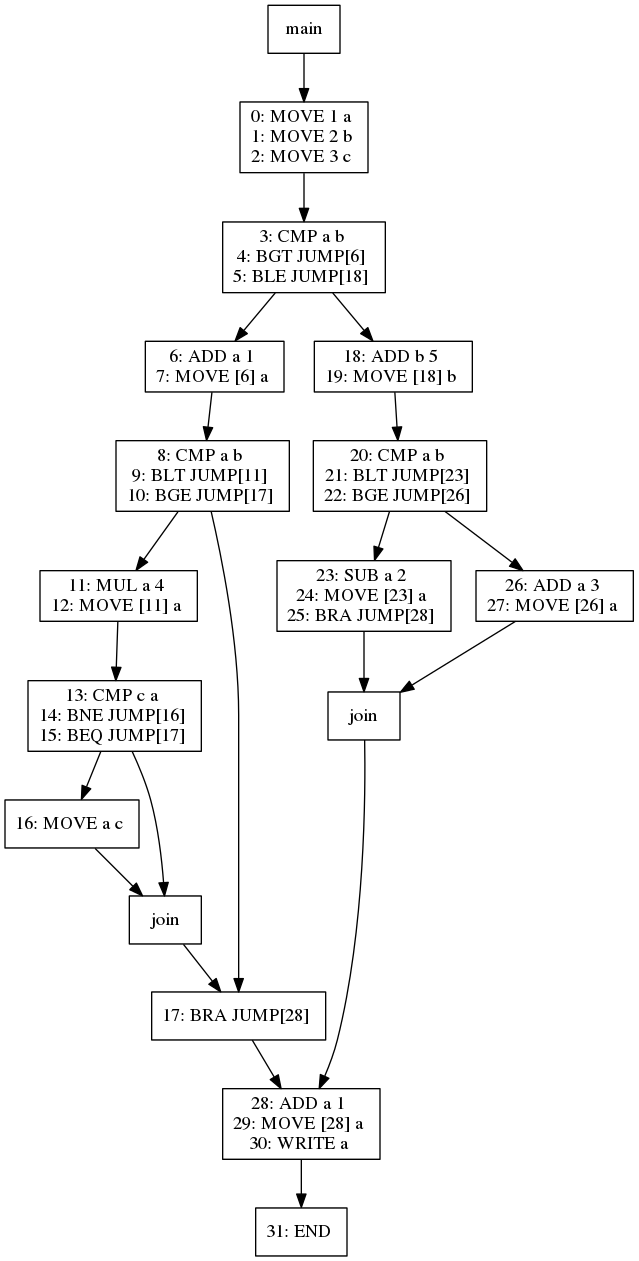
jiahanwang/PL241-Compiler keeps this Graphviz diagram as viz/test009.dot.png. Above is the earlier version. Its source is kept beside it as viz/test009.dot.
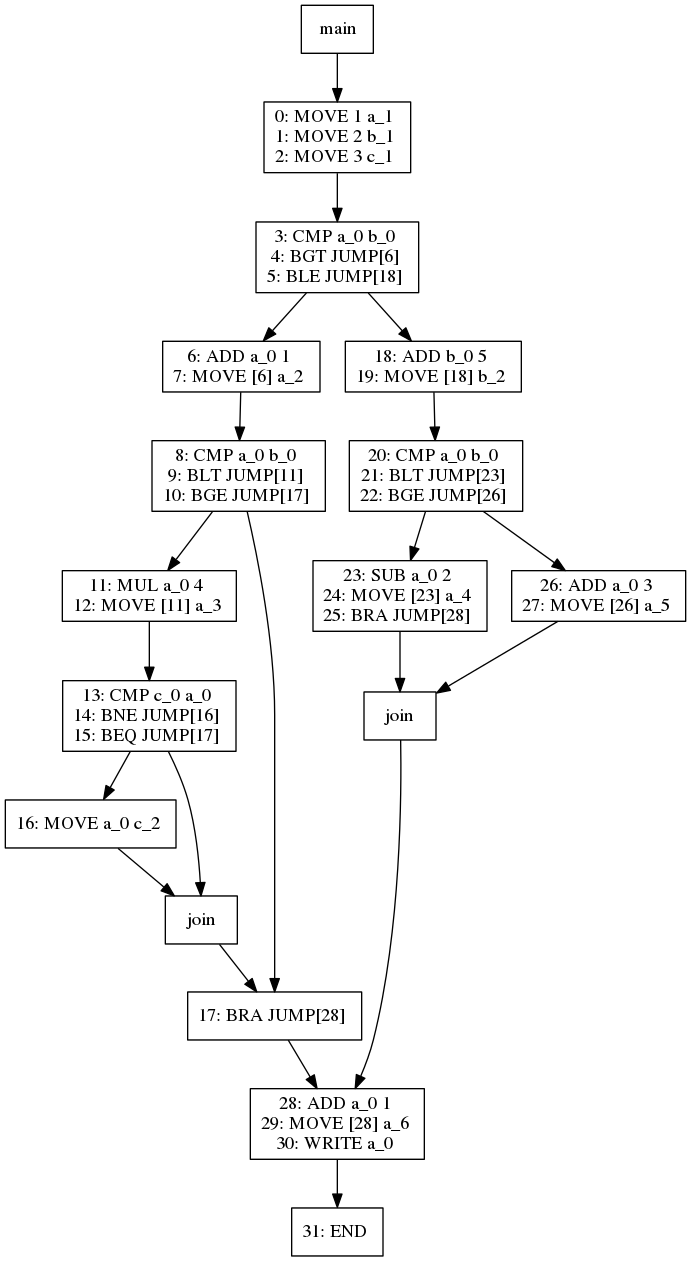
Above is the later version.

The edit, as a diff of the source:
```diff
@@ -1,72 +1,72 @@
 digraph test009 {
 node [shape=box]
-134[label="main"]
-134 -> 136
-136[label="0: MOVE 1 a
-1: MOVE 2 b
-2: MOVE 3 c
+1[label="main"]
+1 -> 3
+3[label="0: MOVE 1 a_1
+1: MOVE 2 b_1
+2: MOVE 3 c_1
 "]
-136 -> 139
-139[label="3: CMP a b
+3 -> 6
+6[label="3: CMP a_0 b_0
 4: BGT JUMP[6]
 5: BLE JUMP[18]
 "]
-139 -> 141
-141[label="6: ADD a 1
-7: MOVE [6] a
+6 -> 8
+8[label="6: ADD a_0 1
+7: MOVE [6] a_2
 "]
-141 -> 142
-142[label="8: CMP a b
+8 -> 9
+9[label="8: CMP a_0 b_0
 9: BLT JUMP[11]
 10: BGE JUMP[17]
 "]
-142 -> 144
-144[label="11: MUL a 4
-12: MOVE [11] a
+9 -> 11
+11[label="11: MUL a_0 4
+12: MOVE [11] a_3
 "]
-144 -> 145
-145[label="13: CMP c a
+11 -> 12
+12[label="13: CMP c_0 a_0
 14: BNE JUMP[16]
 15: BEQ JUMP[17]
 "]
-145 -> 147
-147[label="16: MOVE a c
+12 -> 14
+14[label="16: MOVE a_0 c_2
 "]
-147 -> 146
-146[label="join"]
-146 -> 143
-143[label="17: BRA JUMP[28]
+14 -> 13
+13[label="join"]
+13 -> 10
+10[label="17: BRA JUMP[28]
 "]
-143 -> 140
-140[label="28: ADD a 1
-29: MOVE [28] a
-30: WRITE a
+10 -> 7
+7[label="28: ADD a_0 1
+29: MOVE [28] a_6
+30: WRITE a_0
 "]
-140 -> 155
-155[label="31: END
+7 -> 22
+22[label="31: END
 "]
-145 -> 146
-142 -> 143
-139 -> 148
-148[label="18: ADD b 5
-19: MOVE [18] b
+12 -> 13
+9 -> 10
+6 -> 15
+15[label="18: ADD b_0 5
+19: MOVE [18] b_2
 "]
-148 -> 149
-149[label="20: CMP a b
+15 -> 16
+16[label="20: CMP a_0 b_0
 21: BLT JUMP[23]
 22: BGE JUMP[26]
 "]
-149 -> 151
-151[label="23: SUB a 2
-24: MOVE [23] a
+16 -> 18
+18[label="23: SUB a_0 2
+24: MOVE [23] a_4
 25: BRA JUMP[28]
 "]
-151 -> 150
-150[label="join"]
-150 -> 140
-149 -> 152
-152[label="26: ADD a 3
-27: MOVE [26] a
+18 -> 17
+17[label="join"]
+17 -> 7
+16 -> 19
+19[label="26: ADD a_0 3
+27: MOVE [26] a_5
 "]
-152 -> 150
+19 -> 17
 }
```
